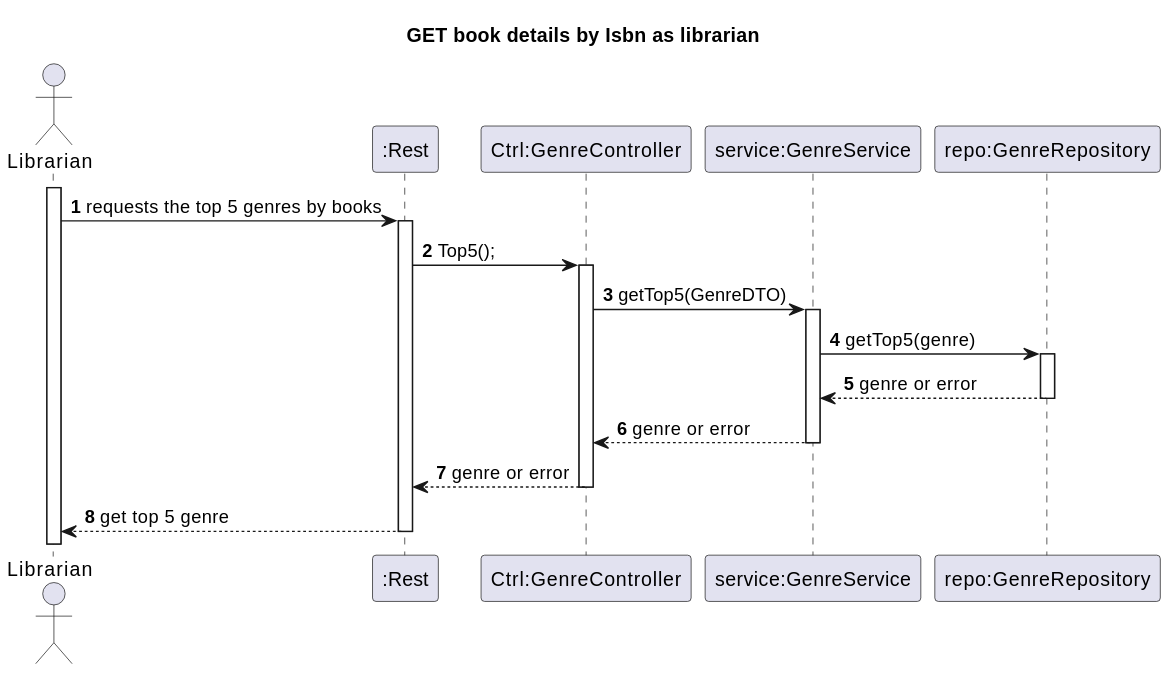
Above: Docs/Phase2/WP2B-Books/Ph2-10-KnowTop5GenreByBooks/Ph2-10-KnowTop5GenreByBooks.svg in rutemf/1220944_1220772_G01 (PlantUML), before the change. The source it was exported from:
```plantuml
@startuml
autoactivate on
autonumber

title GET book details by Isbn as librarian

actor "Librarian" as User
participant ":Rest" as Rest
participant "Ctrl:GenreController" as Ctrl
participant "service:GenreService" as Service
participant "repo:GenreRepository" as Repo

activate User

User -> Rest: requests the top 5 genres by books

Rest -> Ctrl: Top5();

Ctrl -> Service: getTop5(GenreDTO)
Service -> Repo: getTop5(genre)
Repo --> Service: genre or error
Service --> Ctrl: genre or error
Ctrl --> Rest: genre or error
Rest --> User: get top 5 genre
@enduml
```
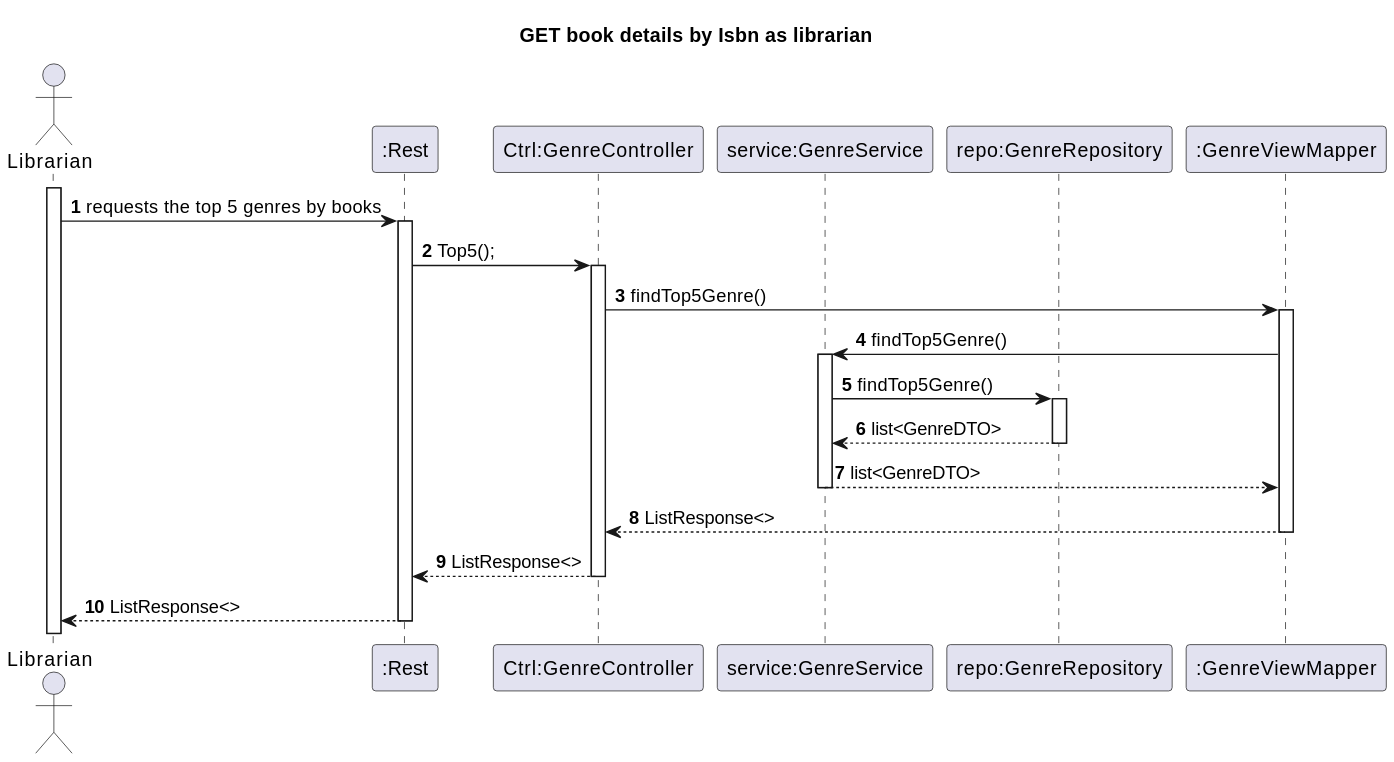
Later version of the same file.

Diff of the diagram source:
```diff
@@ -9,6 +9,7 @@
 participant "Ctrl:GenreController" as Ctrl
 participant "service:GenreService" as Service
 participant "repo:GenreRepository" as Repo
+participant ":GenreViewMapper" as Mapper
 
 activate User
 
@@ -16,10 +17,12 @@
 
 Rest -> Ctrl: Top5();
 
-Ctrl -> Service: getTop5(GenreDTO)
-Service -> Repo: getTop5(genre)
-Repo --> Service: genre or error
-Service --> Ctrl: genre or error
-Ctrl --> Rest: genre or error
-Rest --> User: get top 5 genre
+Ctrl -> Mapper: findTop5Genre()
+Mapper -> Service: findTop5Genre()
+Service -> Repo: findTop5Genre()
+Repo --> Service: list<GenreDTO>
+Service --> Mapper: list<GenreDTO>
+Mapper --> Ctrl: ListResponse<>
+Ctrl --> Rest: ListResponse<>
+Rest --> User: ListResponse<>
 @enduml
```
